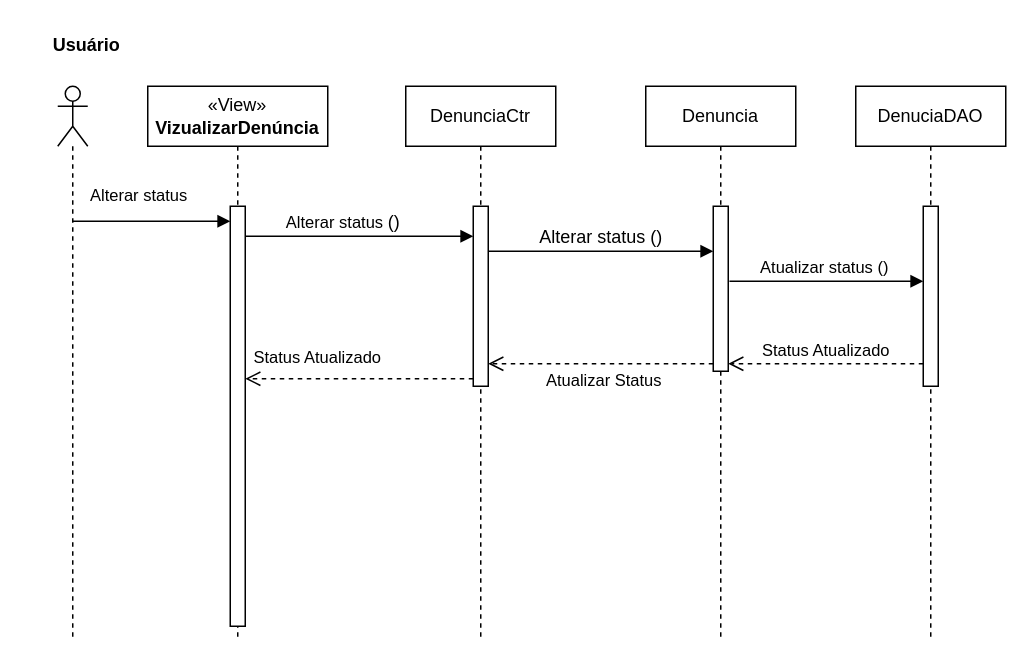
Before: Documentação/Diagramas/Diagramas de Sequencia/Diagrama de Sequencia Alterar Status.drawio in frsouzaa/Documentacao-TCC-NossaVia, a draw.io diagram. Source tidied: cells renumbered, new cells numbered last; positions are measured from the earlier drawing's top-left corner, leaving out a move shared by most shapes. Both pictures are drawn from the tidied source at 150%, with x=0, y=0 at pixel (39, 26).
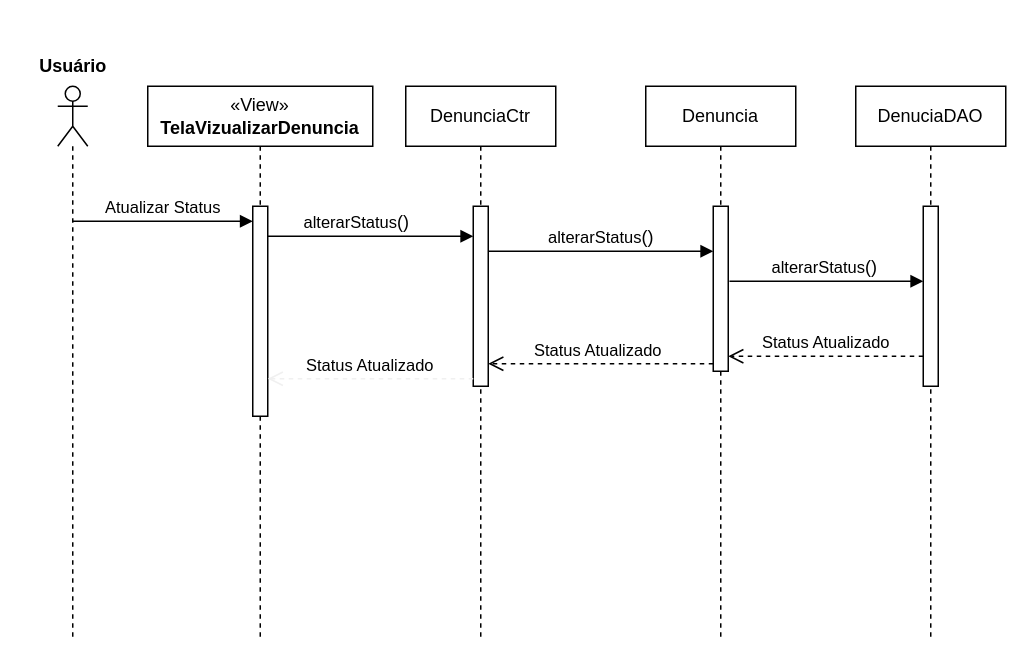
The same diagram, later.

Commit message (it also covers changes not shown here):
ajustando diagramas de sequencia

Unchanged cells that the change refers to:
```xml
<mxCell id="6" style="html=1;points=[[0,0,0,0,5],[0,1,0,0,-5],[1,0,0,0,5],[1,1,0,0,-5]];perimeter=orthogonalPerimeter;outlineConnect=0;targetShapes=umlLifeline;portConstraint=eastwest;newEdgeStyle={&quot;curved&quot;:0,&quot;rounded&quot;:0};" parent="5" vertex="1">
  <mxGeometry x="45" y="80" width="10" height="110" as="geometry" />
</mxCell>
<mxCell id="8" style="html=1;points=[[0,0,0,0,5],[0,1,0,0,-5],[1,0,0,0,5],[1,1,0,0,-5]];perimeter=orthogonalPerimeter;outlineConnect=0;targetShapes=umlLifeline;portConstraint=eastwest;newEdgeStyle={&quot;curved&quot;:0,&quot;rounded&quot;:0};" parent="7" vertex="1">
  <mxGeometry x="45" y="80" width="10" height="120" as="geometry" />
</mxCell>
<mxCell id="10" style="html=1;points=[[0,0,0,0,5],[0,1,0,0,-5],[1,0,0,0,5],[1,1,0,0,-5]];perimeter=orthogonalPerimeter;outlineConnect=0;targetShapes=umlLifeline;portConstraint=eastwest;newEdgeStyle={&quot;curved&quot;:0,&quot;rounded&quot;:0};" parent="9" vertex="1">
  <mxGeometry x="45" y="80" width="10" height="120" as="geometry" />
</mxCell>
<mxCell id="16" style="html=1;verticalAlign=bottom;endArrow=block;curved=0;rounded=0;exitX=1.078;exitY=0.731;exitDx=0;exitDy=0;exitPerimeter=0;" parent="1" edge="1">
  <mxGeometry relative="1" as="geometry">
    <mxPoint x="459.8" y="170" as="sourcePoint" />
    <mxPoint x="589" y="170" as="targetPoint" />
  </mxGeometry>
</mxCell>
```

The edit, as a diff of the source:
```diff
@@
-    <mxCell id="3" value="«View»&lt;br&gt;&lt;b&gt;VizualizarDenúncia&lt;/b&gt;" style="shape=umlLifeline;perimeter=lifelinePerimeter;whiteSpace=wrap;html=1;newEdgeStyle={&quot;curved&quot;:0,&quot;rounded&quot;:0};" parent="1" vertex="1">
-      <mxGeometry x="72" y="40" width="120" height="370" as="geometry" />
+    <mxCell id="3" value="«View»&lt;br&gt;&lt;b&gt;TelaVizualizarDenuncia&lt;/b&gt;" style="shape=umlLifeline;perimeter=lifelinePerimeter;whiteSpace=wrap;html=1;newEdgeStyle={&quot;curved&quot;:0,&quot;rounded&quot;:0};" parent="1" vertex="1">
+      <mxGeometry x="72" y="40" width="150" height="370" as="geometry" />
     </mxCell>
     <mxCell id="4" style="html=1;points=[[0,0,0,0,5],[0,1,0,0,-5],[1,0,0,0,5],[1,1,0,0,-5]];perimeter=orthogonalPerimeter;outlineConnect=0;targetShapes=umlLifeline;portConstraint=eastwest;newEdgeStyle={&quot;curved&quot;:0,&quot;rounded&quot;:0};" parent="3" vertex="1">
-      <mxGeometry x="55" y="80" width="10" height="280" as="geometry" />
+      <mxGeometry x="70" y="80" width="10" height="140" as="geometry" />
     </mxCell>
@@
-    <mxCell id="11" value="Alterar status&amp;nbsp;" style="endArrow=block;endFill=1;html=1;edgeStyle=orthogonalEdgeStyle;align=left;verticalAlign=top;rounded=0;entryX=-0.166;entryY=0.047;entryDx=0;entryDy=0;entryPerimeter=0;" parent="1" edge="1">
-      <mxGeometry x="-0.81" y="30" relative="1" as="geometry">
+    <mxCell id="11" style="endArrow=block;endFill=1;html=1;edgeStyle=orthogonalEdgeStyle;align=left;verticalAlign=top;rounded=0;" parent="1" edge="1" target="4">
+      <mxGeometry relative="1" as="geometry">
         <mxPoint x="21.9" y="130" as="sourcePoint" />
-        <mxPoint x="127" y="130" as="targetPoint" />
         <Array as="points">
-          <mxPoint x="107" y="130" />
-          <mxPoint x="107" y="130" />
+          <mxPoint x="102" y="130" />
+          <mxPoint x="102" y="130" />
         </Array>
       </mxGeometry>
     </mxCell>
+    <mxCell id="20" value="Atualizar Status" style="edgeLabel;html=1;align=center;verticalAlign=middle;" parent="11" vertex="1">
+      <mxGeometry x="0.24" y="-1" relative="1" as="geometry">
+        <mxPoint x="-14" y="-11" as="offset" />
+      </mxGeometry>
+    </mxCell>
-    <mxCell id="12" value="&lt;span style=&quot;text-align: left;&quot;&gt;Alterar status&amp;nbsp;&lt;/span&gt;&lt;span style=&quot;font-size: 12px; text-align: left;&quot;&gt;()&lt;/span&gt;" style="html=1;verticalAlign=bottom;endArrow=block;curved=0;rounded=0;" parent="1" edge="1" target="10">
+    <mxCell id="12" value="&lt;span style=&quot;text-align: left;&quot;&gt;alterarStatus&lt;/span&gt;&lt;span style=&quot;font-size: 12px; text-align: left;&quot;&gt;()&lt;/span&gt;" style="html=1;verticalAlign=bottom;endArrow=block;curved=0;rounded=0;" parent="1" edge="1">
       <mxGeometry x="-0.14" relative="1" as="geometry">
-        <mxPoint x="137" y="140" as="sourcePoint" />
+        <mxPoint x="152" y="140" as="sourcePoint" />
+        <mxPoint x="289" y="140" as="targetPoint" />
       </mxGeometry>
     </mxCell>
-    <mxCell id="13" value="&lt;div style=&quot;text-align: left;&quot;&gt;&lt;span style=&quot;font-size: 12px;&quot;&gt;Alterar status ()&lt;/span&gt;&lt;/div&gt;" style="html=1;verticalAlign=bottom;endArrow=block;curved=0;rounded=0;" parent="1" edge="1">
+    <mxCell id="13" value="&lt;div style=&quot;text-align: left;&quot;&gt;alterarStatus&lt;span style=&quot;font-size: 12px;&quot;&gt;()&lt;/span&gt;&lt;br&gt;&lt;/div&gt;" style="html=1;verticalAlign=bottom;endArrow=block;curved=0;rounded=0;" parent="1" edge="1">
       <mxGeometry relative="1" as="geometry">
         <mxPoint x="299" y="150" as="sourcePoint" />
         <mxPoint x="449" y="150" as="targetPoint" />
       </mxGeometry>
     </mxCell>
-    <mxCell id="14" value="Status Atualizado" style="html=1;verticalAlign=bottom;endArrow=open;dashed=1;endSize=8;curved=0;rounded=0;entryX=1;entryY=1;entryDx=0;entryDy=-5;entryPerimeter=0;" parent="1" edge="1" source="8" target="6">
-      <mxGeometry relative="1" as="geometry" />
+    <mxCell id="14" value="Status Atualizado" style="html=1;verticalAlign=bottom;endArrow=open;dashed=1;endSize=8;curved=0;rounded=0;entryX=1;entryY=1;entryDx=0;entryDy=-5;entryPerimeter=0;" parent="1" edge="1">
+      <mxGeometry relative="1" as="geometry">
+        <mxPoint x="589" y="220" as="sourcePoint" />
+        <mxPoint x="459" y="220" as="targetPoint" />
+      </mxGeometry>
     </mxCell>
-    <mxCell id="15" value="Atualizar Status" style="html=1;verticalAlign=bottom;endArrow=open;dashed=1;endSize=8;curved=0;rounded=0;exitX=0;exitY=1;exitDx=0;exitDy=-5;exitPerimeter=0;" parent="1" edge="1" source="6" target="10">
-      <mxGeometry x="-0.03" y="20" relative="1" as="geometry" />
+    <mxCell id="15" value="Status Atualizado" style="html=1;verticalAlign=bottom;endArrow=open;dashed=1;endSize=8;curved=0;rounded=0;exitX=0;exitY=1;exitDx=0;exitDy=-5;exitPerimeter=0;" parent="1" edge="1" source="6" target="10">
+      <mxGeometry x="0.03" relative="1" as="geometry" />
     </mxCell>
@@
-    <mxCell id="17" value="Atualizar status ()" style="edgeLabel;html=1;align=center;verticalAlign=middle;" parent="16" vertex="1">
+    <mxCell id="17" value="&lt;span style=&quot;text-align: left;&quot;&gt;alterarStatus&lt;/span&gt;&lt;span style=&quot;font-size: 12px; text-align: left;&quot;&gt;()&lt;/span&gt;" style="edgeLabel;html=1;align=center;verticalAlign=middle;" parent="16" vertex="1">
       <mxGeometry x="0.48" y="2" relative="1" as="geometry">
         <mxPoint x="-33" y="-8" as="offset" />
       </mxGeometry>
     </mxCell>
-    <mxCell id="18" value="Status Atualizado" style="html=1;verticalAlign=bottom;endArrow=open;dashed=1;endSize=8;curved=0;rounded=0;fillColor=#f8cecc;strokeColor=#000000;exitX=0;exitY=1;exitDx=0;exitDy=-5;exitPerimeter=0;" parent="1" edge="1" source="10" target="4">
-      <mxGeometry x="0.37" y="-5" relative="1" as="geometry" />
+    <mxCell id="18" value="Status Atualizado" style="html=1;verticalAlign=bottom;endArrow=open;dashed=1;endSize=8;curved=0;rounded=0;fillColor=#f8cecc;strokeColor=#F0F0F0;exitX=0;exitY=1;exitDx=0;exitDy=-5;exitPerimeter=0;" parent="1" edge="1" source="10" target="4">
+      <mxGeometry x="0.01" relative="1" as="geometry" />
     </mxCell>
     <mxCell id="19" value="Usuário" style="text;align=center;fontStyle=1;verticalAlign=middle;spacingLeft=3;spacingRight=3;strokeColor=none;html=1;" parent="1" vertex="1">
-      <mxGeometry width="62" height="26" as="geometry" />
+      <mxGeometry x="-9" y="14" width="62" height="26" as="geometry" />
     </mxCell>
```
